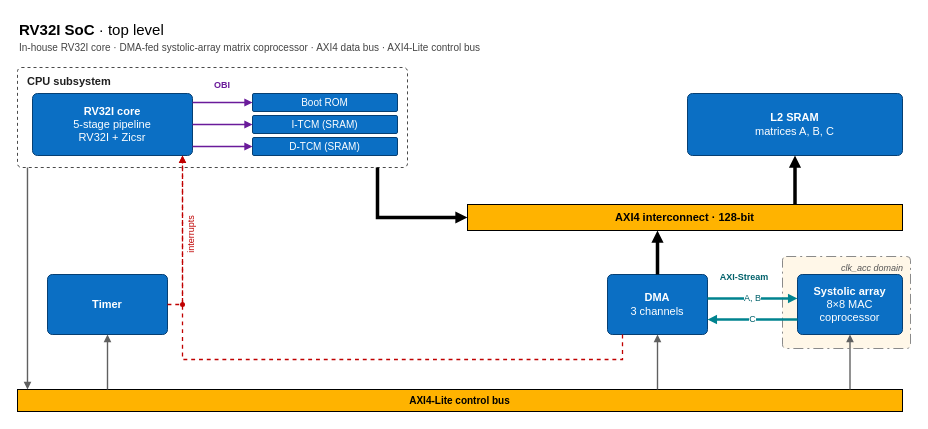
Before: docs/figures/soc-top-level.drawio in Felipe-Freire/riscv32-ext-coprocessor, a draw.io diagram. Source tidied: cells renumbered, new cells numbered last; positions are measured from the earlier drawing's top-left corner, leaving out a move shared by most shapes. Both pictures are drawn from the tidied source at 100%, with x=0, y=0 at pixel (17, 17).
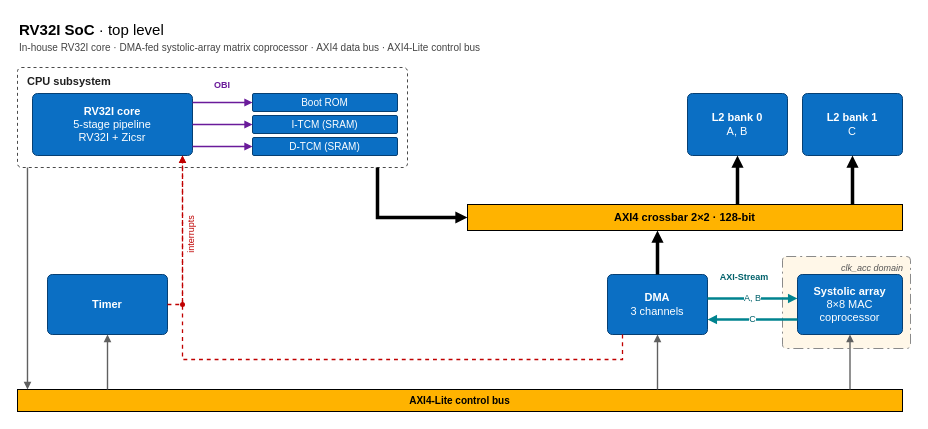
Above is the later version.

Commit message (it also covers changes not shown here):
docs: interconnect na spec do SoC

What changed in the source:
```diff
@@
-    <mxCell id="13" value="&lt;b&gt;L2 SRAM&lt;/b&gt;&lt;br&gt;matrices A, B, C" style="rounded=1;arcSize=8;whiteSpace=wrap;html=1;fillColor=#0B6FC4;strokeColor=#063F73;fontColor=#FFFFFF;fontSize=10;fontFamily=Helvetica;fontSize=11;" parent="1" vertex="1">
-      <mxGeometry x="670" y="76" width="215" height="62" as="geometry" />
-    </mxCell>
+    <mxCell id="34" value="&lt;b&gt;L2 bank 0&lt;/b&gt;&lt;br&gt;A, B" style="rounded=1;arcSize=8;whiteSpace=wrap;html=1;fillColor=#0B6FC4;strokeColor=#063F73;fontColor=#FFFFFF;fontSize=10;fontFamily=Helvetica;fontSize=11;" parent="1" vertex="1">
+      <mxGeometry x="670" y="76" width="100" height="62" as="geometry" />
+    </mxCell>
+    <mxCell id="35" value="&lt;b&gt;L2 bank 1&lt;/b&gt;&lt;br&gt;C" style="rounded=1;arcSize=8;whiteSpace=wrap;html=1;fillColor=#0B6FC4;strokeColor=#063F73;fontColor=#FFFFFF;fontSize=10;fontFamily=Helvetica;fontSize=11;" parent="1" vertex="1">
+      <mxGeometry x="785" y="76" width="100" height="62" as="geometry" />
+    </mxCell>
-    <mxCell id="14" value="AXI4 interconnect &amp;middot; 128-bit" style="rounded=0;whiteSpace=wrap;html=1;fillColor=#FFB300;strokeColor=#000000;fontColor=#000000;fontStyle=1;fontSize=11;fontFamily=Helvetica;" parent="1" vertex="1">
+    <mxCell id="14" value="AXI4 crossbar 2&amp;times;2 &amp;middot; 128-bit" style="rounded=0;whiteSpace=wrap;html=1;fillColor=#FFB300;strokeColor=#000000;fontColor=#000000;fontStyle=1;fontSize=11;fontFamily=Helvetica;" parent="1" vertex="1">
       <mxGeometry x="450" y="187" width="435" height="26" as="geometry" />
     </mxCell>
@@
-    <mxCell id="17" style="edgeStyle=orthogonalEdgeStyle;rounded=0;html=1;endArrow=block;endFill=1;endSize=4;jumpStyle=arc;jumpSize=6;fontSize=9;labelBackgroundColor=#FFFFFF;exitPerimeter=0;entryPerimeter=0;fontFamily=Helvetica;strokeWidth=3.5;strokeColor=#000000;endSize=3;exitX=0.7529;exitY=0;exitDx=0;exitDy=0;entryX=0.5;entryY=1;entryDx=0;entryDy=0;" parent="1" edge="1" source="14" target="13">
-      <mxGeometry relative="1" as="geometry" />
-    </mxCell>
+    <mxCell id="36" style="edgeStyle=orthogonalEdgeStyle;rounded=0;html=1;endArrow=block;endFill=1;endSize=4;jumpStyle=arc;jumpSize=6;fontSize=9;labelBackgroundColor=#FFFFFF;exitPerimeter=0;entryPerimeter=0;fontFamily=Helvetica;strokeWidth=3.5;strokeColor=#000000;endSize=3;exitX=0.6207;exitY=0;exitDx=0;exitDy=0;entryX=0.5;entryY=1;entryDx=0;entryDy=0;" parent="1" edge="1" source="14" target="34">
+      <mxGeometry relative="1" as="geometry" />
+    </mxCell>
+    <mxCell id="37" style="edgeStyle=orthogonalEdgeStyle;rounded=0;html=1;endArrow=block;endFill=1;endSize=4;jumpStyle=arc;jumpSize=6;fontSize=9;labelBackgroundColor=#FFFFFF;exitPerimeter=0;entryPerimeter=0;fontFamily=Helvetica;strokeWidth=3.5;strokeColor=#000000;endSize=3;exitX=0.8851;exitY=0;exitDx=0;exitDy=0;entryX=0.5;entryY=1;entryDx=0;entryDy=0;" parent="1" edge="1" source="14" target="35">
+      <mxGeometry relative="1" as="geometry" />
+    </mxCell>
```
